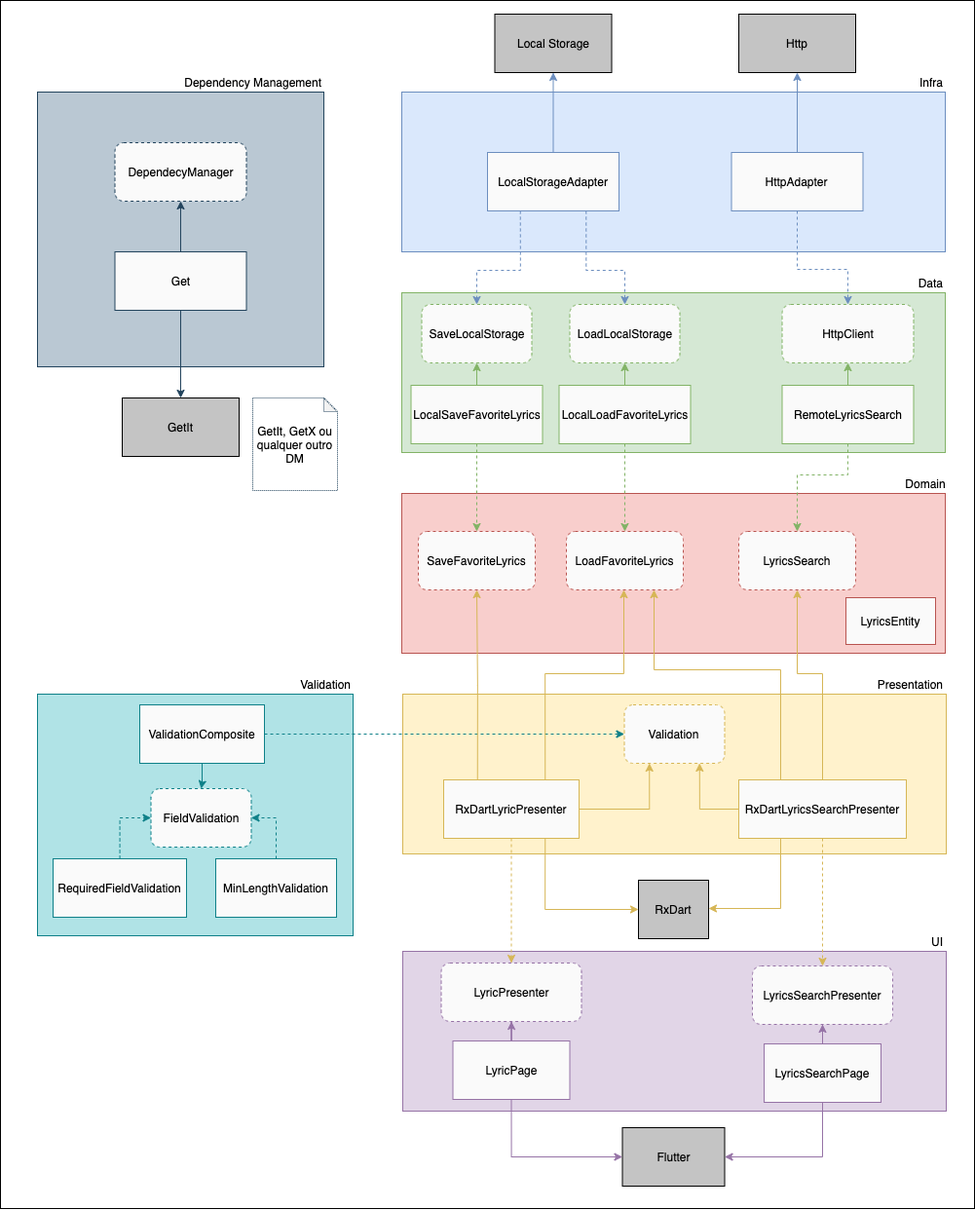
Above: Architecture_Proposal.png in emersonsiega/clean_architecture_proposal (draw.io), before the change. Source tidied: cells renumbered, new cells last; positions are measured from the earlier drawing's top-left corner, leaving out a move shared by most shapes.
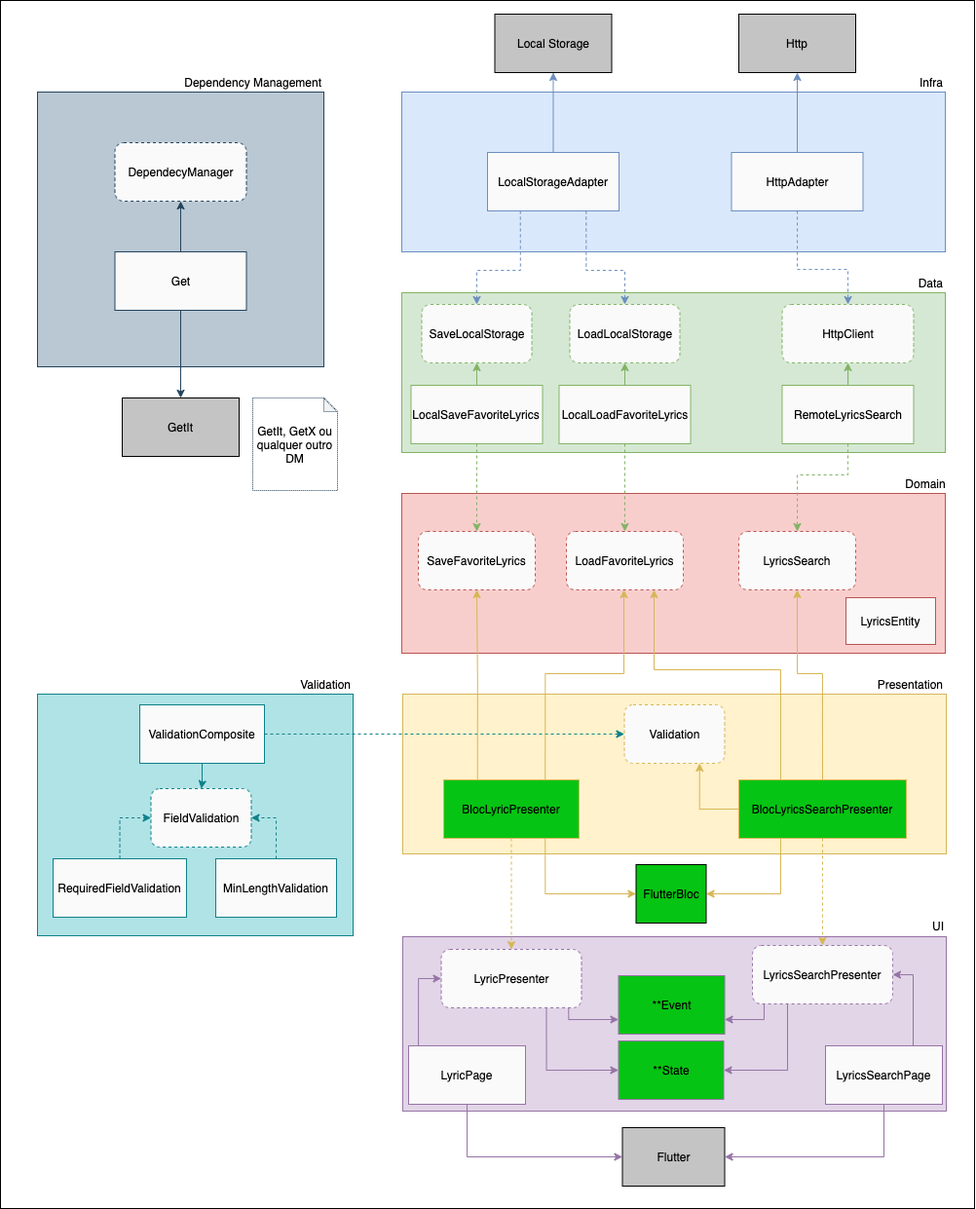
The same diagram one commit later.

The edit, as a diff of the source:
```diff
@@ -54,10 +54,10 @@
       <mxGeometry x="899" y="692" width="71" height="20" as="geometry" />
     </mxCell>
     <mxCell id="19" style="rounded=0;whiteSpace=wrap;html=1;fillColor=#e1d5e7;align=right;strokeColor=#9673A6;" parent="1" vertex="1">
-      <mxGeometry x="413" y="976" width="558" height="164" as="geometry" />
+      <mxGeometry x="413" y="961" width="558" height="179" as="geometry" />
     </mxCell>
     <mxCell id="20" value="UI" style="text;html=1;strokeColor=none;fillColor=none;align=right;verticalAlign=middle;whiteSpace=wrap;rounded=0;" parent="1" vertex="1">
-      <mxGeometry x="930" y="956" width="40" height="20" as="geometry" />
+      <mxGeometry x="931" y="940" width="40" height="20" as="geometry" />
     </mxCell>
     <mxCell id="21" style="edgeStyle=orthogonalEdgeStyle;rounded=0;jettySize=auto;html=1;strokeColor=#82B366;dashed=1;entryX=0.5;entryY=0;entryDx=0;entryDy=0;exitX=0.5;exitY=1;exitDx=0;exitDy=0;" parent="1" edge="1" source="8" target="11">
       <mxGeometry relative="1" as="geometry">
@@ -84,17 +84,27 @@
     <mxCell id="25" value="HttpAdapter" style="rounded=0;whiteSpace=wrap;html=1;align=center;fillColor=#FAFAFA;strokeColor=#6C8EBF;" parent="1" vertex="1">
       <mxGeometry x="750.5" y="156" width="135" height="60" as="geometry" />
     </mxCell>
-    <mxCell id="26" style="edgeStyle=orthogonalEdgeStyle;rounded=0;jettySize=auto;html=1;entryX=0.5;entryY=1;entryDx=0;entryDy=0;strokeColor=#9673A6;" parent="1" edge="1" source="28" target="29">
+    <mxCell id="26" style="edgeStyle=orthogonalEdgeStyle;rounded=0;jettySize=auto;html=1;entryX=1;entryY=0.5;entryDx=0;entryDy=0;strokeColor=#9673A6;exitX=0.75;exitY=0;exitDx=0;exitDy=0;" parent="1" edge="1" source="28" target="29">
       <mxGeometry relative="1" as="geometry" />
     </mxCell>
     <mxCell id="27" style="edgeStyle=orthogonalEdgeStyle;rounded=0;jettySize=auto;html=1;strokeColor=#9673A6;exitX=0.5;exitY=1;exitDx=0;exitDy=0;entryX=1;entryY=0.5;entryDx=0;entryDy=0;" parent="1" edge="1" source="28" target="3">
       <mxGeometry relative="1" as="geometry" />
     </mxCell>
     <mxCell id="28" value="LyricsSearchPage" style="rounded=0;whiteSpace=wrap;html=1;align=center;fillColor=#FAFAFA;strokeColor=#9673A6;" parent="1" vertex="1">
-      <mxGeometry x="784" y="1071" width="120" height="60" as="geometry" />
+      <mxGeometry x="847" y="1073" width="120" height="60" as="geometry" />
     </mxCell>
+    <mxCell id="79" style="edgeStyle=orthogonalEdgeStyle;rounded=0;jettySize=auto;html=1;entryX=1;entryY=0.75;entryDx=0;entryDy=0;exitX=0.083;exitY=0.992;exitDx=0;exitDy=0;exitPerimeter=0;strokeColor=#9673A6;" parent="1" edge="1" source="29" target="83">
+      <mxGeometry relative="1" as="geometry">
+        <Array as="points">
+          <mxPoint x="784" y="1046" />
+        </Array>
+      </mxGeometry>
+    </mxCell>
+    <mxCell id="80" style="edgeStyle=orthogonalEdgeStyle;rounded=0;jettySize=auto;html=1;entryX=1;entryY=0.5;entryDx=0;entryDy=0;exitX=0.25;exitY=1;exitDx=0;exitDy=0;strokeColor=#9673A6;" parent="1" edge="1" source="29" target="84">
+      <mxGeometry relative="1" as="geometry" />
+    </mxCell>
     <mxCell id="29" value="LyricsSearchPresenter" style="rounded=1;whiteSpace=wrap;html=1;align=center;fillColor=#FAFAFA;strokeColor=#9673A6;dashed=1;" parent="1" vertex="1">
-      <mxGeometry x="772" y="991" width="144" height="60" as="geometry" />
+      <mxGeometry x="772" y="970" width="144" height="60" as="geometry" />
     </mxCell>
     <mxCell id="30" style="edgeStyle=orthogonalEdgeStyle;rounded=0;jettySize=auto;html=1;strokeColor=#D6B656;dashed=1;entryX=0.5;entryY=0;entryDx=0;entryDy=0;exitX=0.5;exitY=1;exitDx=0;exitDy=0;" parent="1" edge="1" source="35" target="29">
       <mxGeometry relative="1" as="geometry">
@@ -118,8 +128,7 @@
     <mxCell id="33" style="edgeStyle=orthogonalEdgeStyle;rounded=0;jettySize=auto;html=1;entryX=1;entryY=0.5;entryDx=0;entryDy=0;strokeColor=#D6B656;exitX=0.25;exitY=1;exitDx=0;exitDy=0;" parent="1" edge="1" source="35" target="53">
       <mxGeometry relative="1" as="geometry">
         <Array as="points">
-          <mxPoint x="801" y="932" />
-          <mxPoint x="727" y="932" />
+          <mxPoint x="801" y="917" />
         </Array>
       </mxGeometry>
     </mxCell>
@@ -131,7 +140,7 @@
         </Array>
       </mxGeometry>
     </mxCell>
-    <mxCell id="35" value="RxDartLyricsSearchPresenter" style="rounded=0;whiteSpace=wrap;html=1;align=center;fillColor=#FAFAFA;strokeColor=#D6B656;" parent="1" vertex="1">
+    <mxCell id="35" value="BlocLyricsSearchPresenter" style="rounded=0;whiteSpace=wrap;html=1;align=center;strokeColor=#D6B656;fillColor=#06C413;" parent="1" vertex="1">
       <mxGeometry x="758" y="800" width="172" height="60" as="geometry" />
     </mxCell>
     <mxCell id="36" value="Validation" style="rounded=1;whiteSpace=wrap;html=1;align=center;fillColor=#FAFAFA;strokeColor=#D6B656;dashed=1;" parent="1" vertex="1">
@@ -185,31 +194,42 @@
     <mxCell id="52" value="ValidationComposite" style="rounded=0;whiteSpace=wrap;html=1;align=center;fillColor=#FAFAFA;strokeColor=#0E8088;" parent="1" vertex="1">
       <mxGeometry x="143" y="723" width="128" height="60" as="geometry" />
     </mxCell>
-    <mxCell id="53" value="RxDart" style="rounded=0;whiteSpace=wrap;html=1;align=center;fillColor=#C4C4C4;" parent="1" vertex="1">
-      <mxGeometry x="655" y="903" width="72" height="60" as="geometry" />
+    <mxCell id="53" value="FlutterBloc" style="rounded=0;whiteSpace=wrap;html=1;align=center;fillColor=#06C413;" parent="1" vertex="1">
+      <mxGeometry x="652.5" y="887" width="72" height="60" as="geometry" />
     </mxCell>
     <mxCell id="54" style="edgeStyle=orthogonalEdgeStyle;rounded=0;jettySize=auto;html=1;entryX=0;entryY=0.5;entryDx=0;entryDy=0;strokeColor=#9673A6;exitX=0.5;exitY=1;exitDx=0;exitDy=0;" parent="1" edge="1" source="56" target="3">
       <mxGeometry relative="1" as="geometry" />
     </mxCell>
-    <mxCell id="55" style="edgeStyle=orthogonalEdgeStyle;rounded=0;jettySize=auto;html=1;strokeColor=#9673A6;" parent="1" edge="1" source="56" target="57">
-      <mxGeometry relative="1" as="geometry" />
+    <mxCell id="55" style="edgeStyle=orthogonalEdgeStyle;rounded=0;jettySize=auto;html=1;strokeColor=#9673A6;exitX=0.084;exitY=0.014;exitDx=0;exitDy=0;exitPerimeter=0;entryX=0;entryY=0.5;entryDx=0;entryDy=0;" parent="1" edge="1" source="56" target="57">
+      <mxGeometry relative="1" as="geometry">
+        <Array as="points">
+          <mxPoint x="429" y="1004" />
+        </Array>
+      </mxGeometry>
     </mxCell>
     <mxCell id="56" value="LyricPage" style="rounded=0;whiteSpace=wrap;html=1;align=center;fillColor=#FAFAFA;strokeColor=#9673A6;" parent="1" vertex="1">
-      <mxGeometry x="464.5" y="1068" width="120" height="60" as="geometry" />
+      <mxGeometry x="419" y="1073" width="120" height="60" as="geometry" />
     </mxCell>
+    <mxCell id="81" style="edgeStyle=orthogonalEdgeStyle;rounded=0;jettySize=auto;html=1;exitX=0.908;exitY=0.997;exitDx=0;exitDy=0;entryX=0;entryY=0.75;entryDx=0;entryDy=0;strokeColor=#9673A6;exitPerimeter=0;" parent="1" edge="1" source="57" target="83">
+      <mxGeometry relative="1" as="geometry">
+        <Array as="points">
+          <mxPoint x="583" y="1046" />
+        </Array>
+      </mxGeometry>
+    </mxCell>
+    <mxCell id="82" style="edgeStyle=orthogonalEdgeStyle;rounded=0;jettySize=auto;html=1;exitX=0.75;exitY=1;exitDx=0;exitDy=0;entryX=0;entryY=0.5;entryDx=0;entryDy=0;strokeColor=#9673A6;" parent="1" edge="1" source="57" target="84">
+      <mxGeometry relative="1" as="geometry" />
+    </mxCell>
     <mxCell id="57" value="LyricPresenter" style="rounded=1;whiteSpace=wrap;html=1;align=center;fillColor=#FAFAFA;strokeColor=#9673A6;dashed=1;" parent="1" vertex="1">
-      <mxGeometry x="452.5" y="988" width="144" height="60" as="geometry" />
+      <mxGeometry x="452.5" y="974" width="144" height="60" as="geometry" />
     </mxCell>
     <mxCell id="58" style="edgeStyle=orthogonalEdgeStyle;rounded=0;jettySize=auto;html=1;entryX=0.5;entryY=0;entryDx=0;entryDy=0;dashed=1;strokeColor=#D6B656;" parent="1" edge="1" source="63" target="57">
       <mxGeometry relative="1" as="geometry" />
     </mxCell>
-    <mxCell id="59" style="edgeStyle=orthogonalEdgeStyle;rounded=0;jettySize=auto;html=1;entryX=0.25;entryY=1;entryDx=0;entryDy=0;strokeColor=#D6B656;exitX=1;exitY=0.5;exitDx=0;exitDy=0;" parent="1" edge="1" source="63" target="36">
-      <mxGeometry relative="1" as="geometry" />
-    </mxCell>
     <mxCell id="60" style="edgeStyle=orthogonalEdgeStyle;rounded=0;jettySize=auto;html=1;entryX=0;entryY=0.5;entryDx=0;entryDy=0;strokeColor=#D6B656;exitX=0.75;exitY=1;exitDx=0;exitDy=0;" parent="1" edge="1" source="63" target="53">
       <mxGeometry relative="1" as="geometry">
         <Array as="points">
-          <mxPoint x="559" y="933" />
+          <mxPoint x="559" y="917" />
         </Array>
       </mxGeometry>
     </mxCell>
@@ -224,7 +244,7 @@
         </Array>
       </mxGeometry>
     </mxCell>
-    <mxCell id="63" value="RxDartLyricPresenter" style="rounded=0;whiteSpace=wrap;html=1;align=center;fillColor=#FAFAFA;strokeColor=#D6B656;" parent="1" vertex="1">
+    <mxCell id="63" value="BlocLyricPresenter" style="rounded=0;whiteSpace=wrap;html=1;align=center;strokeColor=#D6B656;fillColor=#06C413;" parent="1" vertex="1">
       <mxGeometry x="455" y="800" width="139" height="60" as="geometry" />
     </mxCell>
     <mxCell id="64" value="LoadFavoriteLyrics" style="rounded=1;whiteSpace=wrap;html=1;align=center;fillColor=#FAFAFA;strokeColor=#B85450;dashed=1;" parent="1" vertex="1">
@@ -282,5 +302,11 @@
     <mxCell id="78" value="LoadLocalStorage" style="rounded=1;whiteSpace=wrap;html=1;align=center;fillColor=#FAFAFA;strokeColor=#82B366;dashed=1;" parent="1" vertex="1">
       <mxGeometry x="584.5" y="312" width="113" height="60" as="geometry" />
     </mxCell>
+    <mxCell id="83" value="**Event" style="rounded=0;whiteSpace=wrap;html=1;align=center;strokeColor=#9673A6;fillColor=#06C413;" parent="1" vertex="1">
+      <mxGeometry x="634.5" y="1001" width="109" height="60" as="geometry" />
+    </mxCell>
+    <mxCell id="84" value="**State" style="rounded=0;whiteSpace=wrap;html=1;align=center;strokeColor=#9673A6;fillColor=#06C413;" parent="1" vertex="1">
+      <mxGeometry x="634.5" y="1068" width="108" height="60" as="geometry" />
+    </mxCell>
   </root>
 </mxGraphModel>
```
